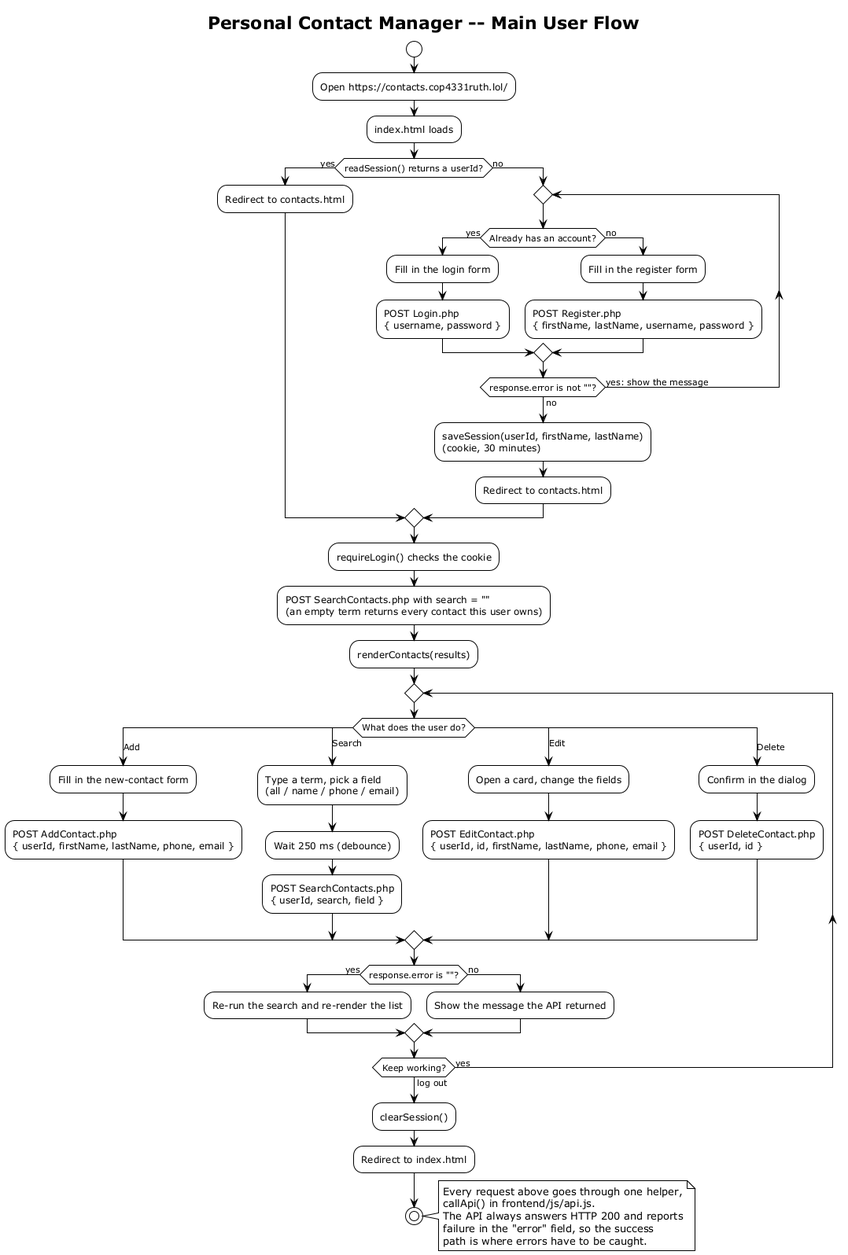
This is docs/uml/activity.png from polter-dev/Poosd-Small-Project, a PlantUML export, as it was before one commit. Source of this version:
```plantuml
@startuml activity

!theme plain
skinparam shadowing false
skinparam ActivityBackgroundColor White
skinparam ActivityBorderColor Black
skinparam ActivityDiamondBackgroundColor White

title Personal Contact Manager -- Main User Flow

start

:Open https://contacts.cop4331ruth.lol/;
:index.html loads;

if (readSession() returns a userId?) then (yes)
  :Redirect to contacts.html;
else (no)

  repeat
    if (Already has an account?) then (yes)
      :Fill in the login form;
      :POST Login.php
      { username, password };
    else (no)
      :Fill in the register form;
      :POST Register.php
      { firstName, lastName, username, password };
    endif
  repeat while (response.error is not ""?) is (yes: show the message) not (no)

  :saveSession(userId, firstName, lastName)
  (cookie, 30 minutes);
  :Redirect to contacts.html;
endif

:requireLogin() checks the cookie;
:POST SearchContacts.php with search = ""
(an empty term returns every contact this user owns);
:renderContacts(results);

repeat
  switch (What does the user do?)
  case (Add)
    :Fill in the new-contact form;
    :POST AddContact.php
    { userId, firstName, lastName, phone, email };
  case (Search)
    :Type a term, pick a field
    (all / name / phone / email);
    :Wait 250 ms (debounce);
    :POST SearchContacts.php
    { userId, search, field };
  case (Edit)
    :Open a card, change the fields;
    :POST EditContact.php
    { userId, id, firstName, lastName, phone, email };
  case (Delete)
    :Confirm in the dialog;
    :POST DeleteContact.php
    { userId, id };
  endswitch

  if (response.error is ""?) then (yes)
    :Re-run the search and re-render the list;
  else (no)
    :Show the message the API returned;
  endif

repeat while (Keep working?) is (yes) not (log out)

:clearSession();
:Redirect to index.html;

stop

note right
  Every request above goes through one helper,
  callApi() in frontend/js/api.js.
  The API always answers HTTP 200 and reports
  failure in the "error" field, so the success
  path is where errors have to be caught.
end note

@enduml
```
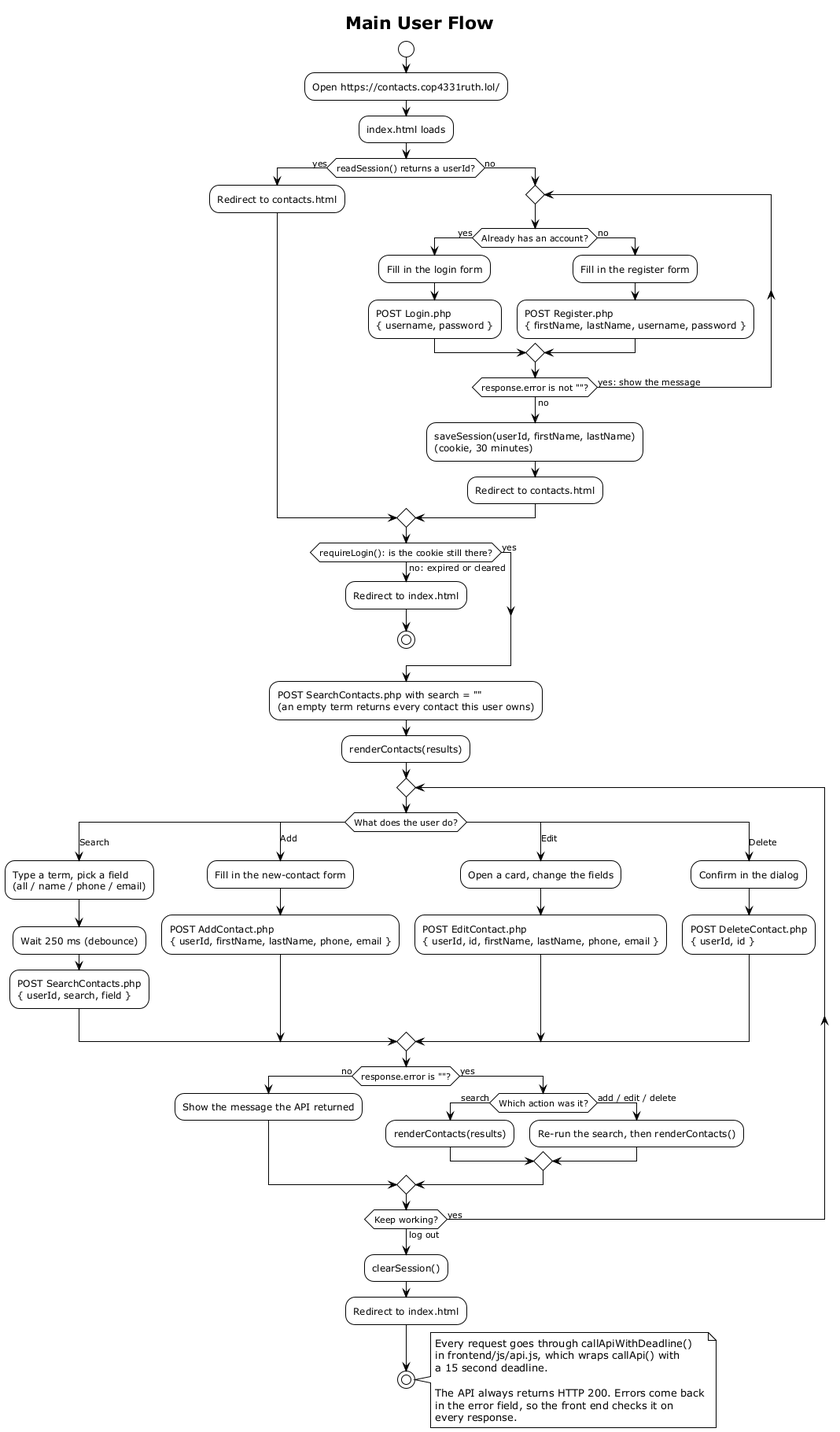
The same diagram one commit later.

What changed in the source:
```diff
@@ -6,7 +6,7 @@
 skinparam ActivityBorderColor Black
 skinparam ActivityDiamondBackgroundColor White
 
-title Personal Contact Manager -- Main User Flow
+title Main User Flow
 
 start
 
@@ -34,23 +34,28 @@
   :Redirect to contacts.html;
 endif
 
-:requireLogin() checks the cookie;
+if (requireLogin(): is the cookie still there?) then (no: expired or cleared)
+  :Redirect to index.html;
+  stop
+else (yes)
+endif
+
 :POST SearchContacts.php with search = ""
 (an empty term returns every contact this user owns);
 :renderContacts(results);
 
 repeat
   switch (What does the user do?)
-  case (Add)
-    :Fill in the new-contact form;
-    :POST AddContact.php
-    { userId, firstName, lastName, phone, email };
   case (Search)
     :Type a term, pick a field
     (all / name / phone / email);
     :Wait 250 ms (debounce);
     :POST SearchContacts.php
     { userId, search, field };
+  case (Add)
+    :Fill in the new-contact form;
+    :POST AddContact.php
+    { userId, firstName, lastName, phone, email };
   case (Edit)
     :Open a card, change the fields;
     :POST EditContact.php
@@ -61,10 +66,14 @@
     { userId, id };
   endswitch
 
-  if (response.error is ""?) then (yes)
-    :Re-run the search and re-render the list;
-  else (no)
+  if (response.error is ""?) then (no)
     :Show the message the API returned;
+  else (yes)
+    if (Which action was it?) then (search)
+      :renderContacts(results);
+    else (add / edit / delete)
+      :Re-run the search, then renderContacts();
+    endif
   endif
 
 repeat while (Keep working?) is (yes) not (log out)
@@ -75,11 +84,13 @@
 stop
 
 note right
-  Every request above goes through one helper,
-  callApi() in frontend/js/api.js.
-  The API always answers HTTP 200 and reports
-  failure in the "error" field, so the success
-  path is where errors have to be caught.
+  Every request goes through callApiWithDeadline()
+  in frontend/js/api.js, which wraps callApi() with
+  a 15 second deadline.
+
+  The API always returns HTTP 200. Errors come back
+  in the error field, so the front end checks it on
+  every response.
 end note
 
 @enduml
```
